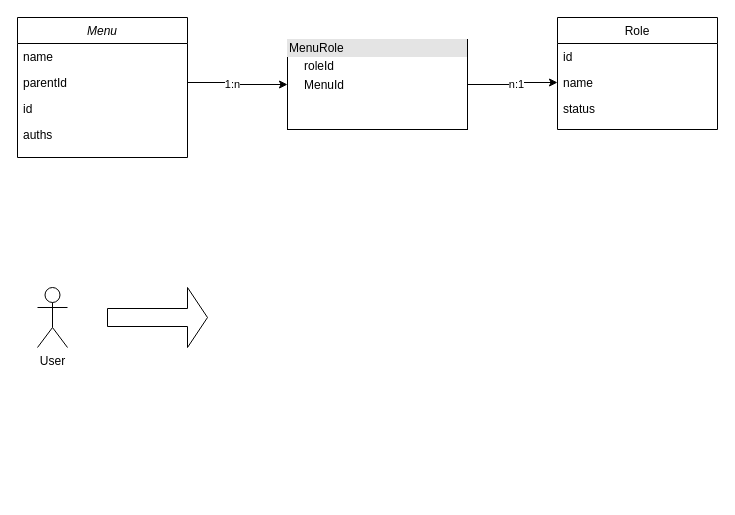
This is 未命名绘图.drawio from marc123gg/vue-zen-admin, a draw.io file, before an edit. Source tidied: cells renumbered, new cells numbered last; positions are measured from the earlier drawing's top-left corner, leaving out a move shared by most shapes. Both pictures are drawn from the tidied source at 100%, with x=0, y=0 at pixel (17, 17).
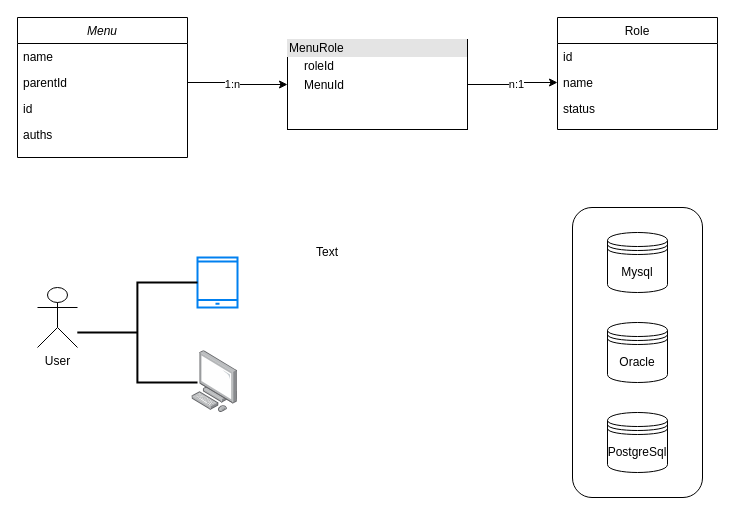
The same diagram, later.

What changed in the source:
```diff
@@
     <mxCell id="16" value="User" style="shape=umlActor;verticalLabelPosition=bottom;verticalAlign=top;html=1;" parent="1" vertex="1">
-      <mxGeometry x="20" y="270" width="30" height="60" as="geometry" />
+      <mxGeometry x="20" y="270" width="40" height="60" as="geometry" />
     </mxCell>
-    <mxCell id="17" style="shape=singleArrow;whiteSpace=wrap;html=1;strokeColor=default;fontFamily=Helvetica;fontSize=12;fontColor=default;fillColor=default;" parent="1" vertex="1">
-      <mxGeometry x="90" y="270" width="100" height="60" as="geometry" />
-    </mxCell>
+    <mxCell id="18" style="html=1;verticalLabelPosition=bottom;align=center;labelBackgroundColor=#ffffff;verticalAlign=top;strokeWidth=2;strokeColor=#0080F0;shadow=0;dashed=0;shape=mxgraph.ios7.icons.smartphone;fontFamily=Helvetica;fontSize=12;fontColor=default;fillColor=default;" parent="1" vertex="1">
+      <mxGeometry x="180" y="240" width="40" height="50" as="geometry" />
+    </mxCell>
+    <mxCell id="19" style="image;html=1;align=center;shadow=0;dashed=0;image=img/lib/allied_telesis/computer_and_terminals/Personal_Computer.svg;strokeColor=default;fontFamily=Helvetica;fontSize=12;fontColor=default;fillColor=default;" parent="1" vertex="1">
+      <mxGeometry x="174.4" y="333.2" width="45.6" height="61.8" as="geometry" />
+    </mxCell>
+    <mxCell id="20" style="rounded=1;whiteSpace=wrap;html=1;strokeColor=default;fontFamily=Helvetica;fontSize=12;fontColor=default;fillColor=default;shadow=0;direction=north;" parent="1" vertex="1">
+      <mxGeometry x="555" y="190" width="130" height="290" as="geometry" />
+    </mxCell>
+    <mxCell id="21" value="Mysql" style="shape=datastore;whiteSpace=wrap;html=1;strokeColor=default;fontFamily=Helvetica;fontSize=12;fontColor=default;fillColor=default;" parent="1" vertex="1">
+      <mxGeometry x="590" y="215" width="60" height="60" as="geometry" />
+    </mxCell>
+    <mxCell id="22" value="Oracle" style="shape=datastore;whiteSpace=wrap;html=1;strokeColor=default;fontFamily=Helvetica;fontSize=12;fontColor=default;fillColor=default;" parent="1" vertex="1">
+      <mxGeometry x="590" y="305" width="60" height="60" as="geometry" />
+    </mxCell>
+    <mxCell id="23" value="PostgreSql" style="shape=datastore;whiteSpace=wrap;html=1;strokeColor=default;fontFamily=Helvetica;fontSize=12;fontColor=default;fillColor=default;" parent="1" vertex="1">
+      <mxGeometry x="590" y="395" width="60" height="60" as="geometry" />
+    </mxCell>
+    <mxCell id="24" style="strokeWidth=2;html=1;shape=mxgraph.flowchart.annotation_2;align=left;labelPosition=right;strokeColor=default;fontFamily=Helvetica;fontSize=12;fontColor=default;fillColor=default;" parent="1" vertex="1">
+      <mxGeometry x="59.8" y="265" width="120.2" height="100" as="geometry" />
+    </mxCell>
+    <mxCell id="25" value="Text" style="text;strokeColor=none;align=center;fillColor=none;html=1;verticalAlign=middle;whiteSpace=wrap;rounded=0;fontSize=12;fontFamily=Helvetica;fontColor=default;" parent="1" vertex="1">
+      <mxGeometry x="280" y="220" width="60" height="30" as="geometry" />
+    </mxCell>
```
